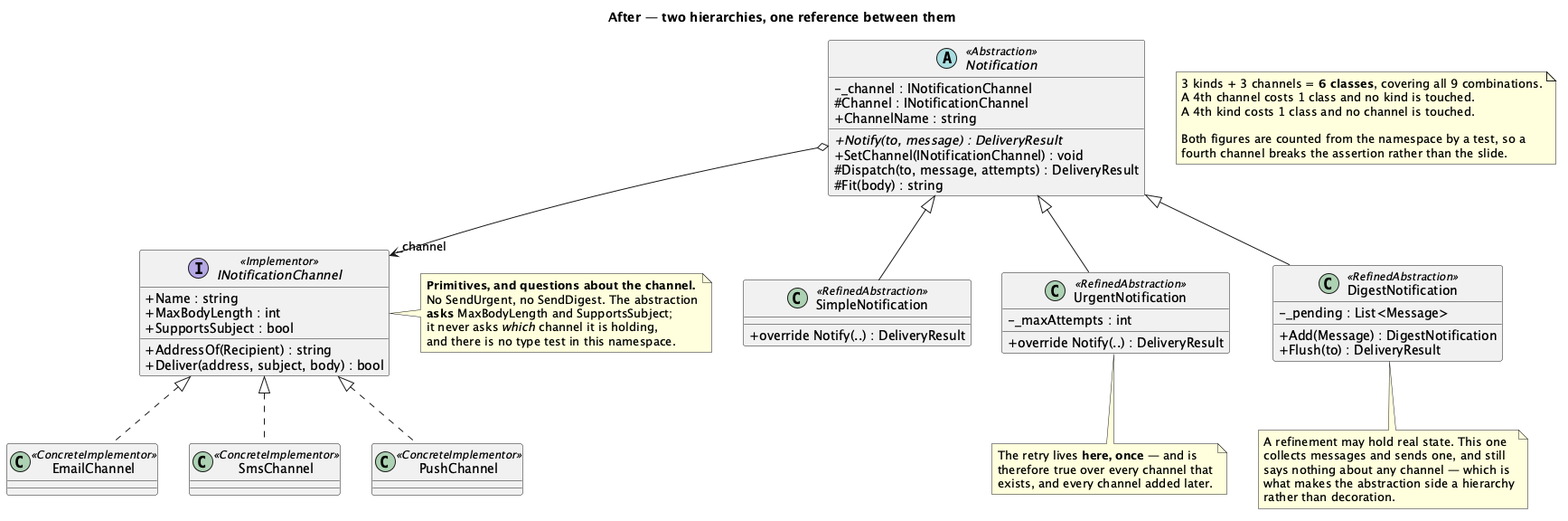
kaldiroglu/DesignPatternsWithCSharp keeps this PlantUML diagram as Bridge/src/Bridge/Notifications/Solution/uml/Bridge - Notifications (Solution) - Class Diagram.png. Above is the earlier version. Source of this version:
```plantuml
@startuml "Bridge - Notifications (Solution) - Class Diagram"
skinparam classAttributeIconSize 0
title After — two hierarchies, one reference between them


abstract class Notification <<Abstraction>> {
  - _channel : INotificationChannel
  # Channel : INotificationChannel
  + ChannelName : string
  + {abstract} Notify(to, message) : DeliveryResult
  + SetChannel(INotificationChannel) : void
  # Dispatch(to, message, attempts) : DeliveryResult
  # Fit(body) : string
}

class SimpleNotification <<RefinedAbstraction>> {
  + override Notify(..) : DeliveryResult
}
class UrgentNotification <<RefinedAbstraction>> {
  - _maxAttempts : int
  + override Notify(..) : DeliveryResult
}
class DigestNotification <<RefinedAbstraction>> {
  - _pending : List<Message>
  + Add(Message) : DigestNotification
  + Flush(to) : DeliveryResult
}

interface INotificationChannel <<Implementor>> {
  + Name : string
  + AddressOf(Recipient) : string
  + MaxBodyLength : int
  + SupportsSubject : bool
  + Deliver(address, subject, body) : bool
}

class EmailChannel <<ConcreteImplementor>>
class SmsChannel <<ConcreteImplementor>>
class PushChannel <<ConcreteImplementor>>

Notification o--> "_channel" INotificationChannel
Notification <|-- SimpleNotification
Notification <|-- UrgentNotification
Notification <|-- DigestNotification
INotificationChannel <|.. EmailChannel
INotificationChannel <|.. SmsChannel
INotificationChannel <|.. PushChannel

note right of INotificationChannel
  <b>Primitives, and questions about the channel.</b>
  No SendUrgent, no SendDigest. The abstraction
  <b>asks</b> MaxBodyLength and SupportsSubject;
  it never asks <i>which</i> channel it is holding,
  and there is no type test in this namespace.
end note

note bottom of UrgentNotification
  The retry lives <b>here, once</b> — and is
  therefore true over every channel that
  exists, and every channel added later.
end note

note bottom of DigestNotification
  A refinement may hold real state. This one
  collects messages and sends one, and still
  says nothing about any channel — which is
  what makes the abstraction side a hierarchy
  rather than decoration.
end note

note as N1
  3 kinds <b>+</b> 3 channels = <b>6 classes</b>, covering all 9 combinations.
  A 4th channel costs 1 class and no kind is touched.
  A 4th kind costs 1 class and no channel is touched.

  Both figures are counted from the namespace by a test, so a
  fourth channel breaks the assertion rather than the slide.
end note

@enduml
```
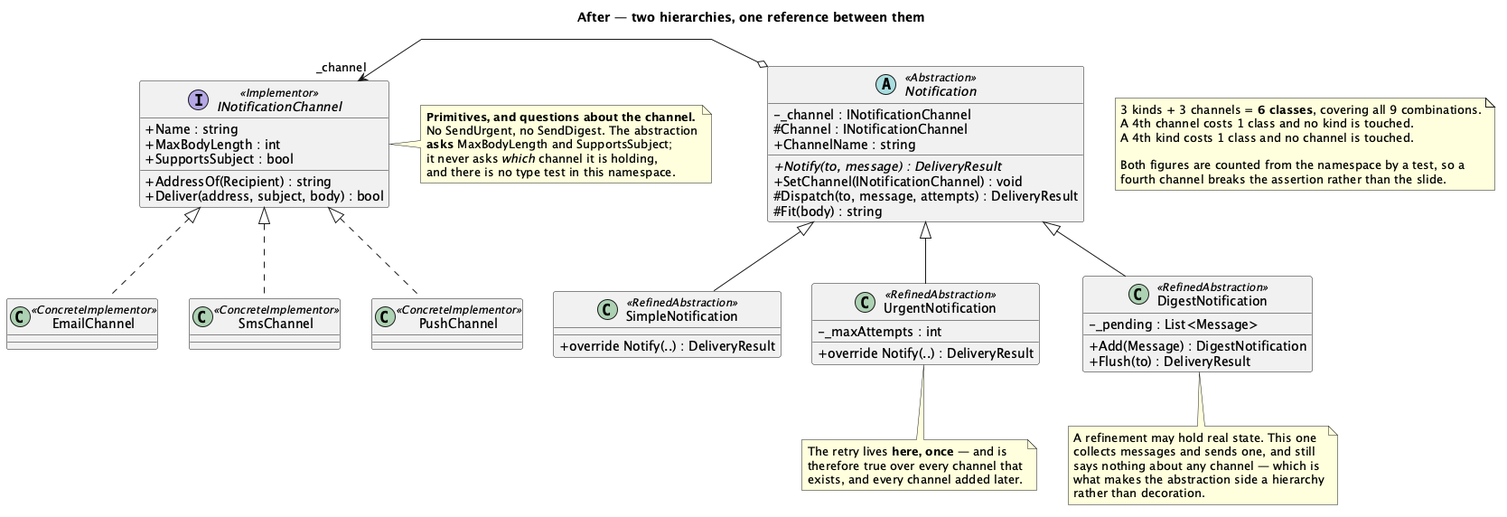
Later version of the same file.

Diff of the diagram source:
```diff
@@ -1,4 +1,5 @@
-@startuml "Bridge - Notifications (Solution) - Class Diagram"
+@startuml
+skinparam linetype polyline
 skinparam classAttributeIconSize 0
 title After — two hierarchies, one reference between them
 
@@ -38,7 +39,6 @@
 class SmsChannel <<ConcreteImplementor>>
 class PushChannel <<ConcreteImplementor>>
 
-Notification o--> "_channel" INotificationChannel
 Notification <|-- SimpleNotification
 Notification <|-- UrgentNotification
 Notification <|-- DigestNotification
@@ -77,4 +77,5 @@
   fourth channel breaks the assertion rather than the slide.
 end note
 
+Notification o-[norank]-> "_channel" INotificationChannel
 @enduml
```
